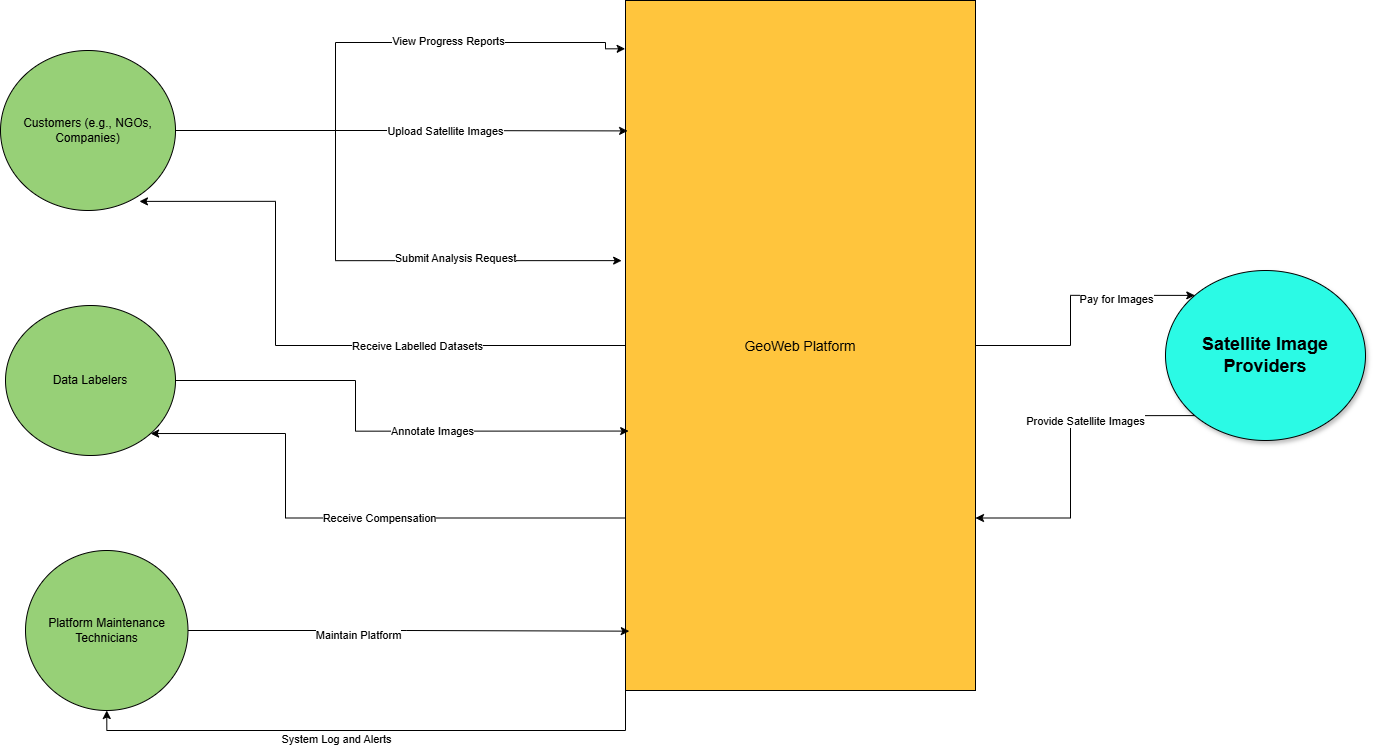
This is docs/SRS/contextdiagram.png from OKKM-insights/OKKM.insights, a draw.io export, as it was before one commit. Source tidied: cells renumbered, new cells last; positions are measured from the earlier drawing's top-left corner, leaving out a move shared by most shapes.
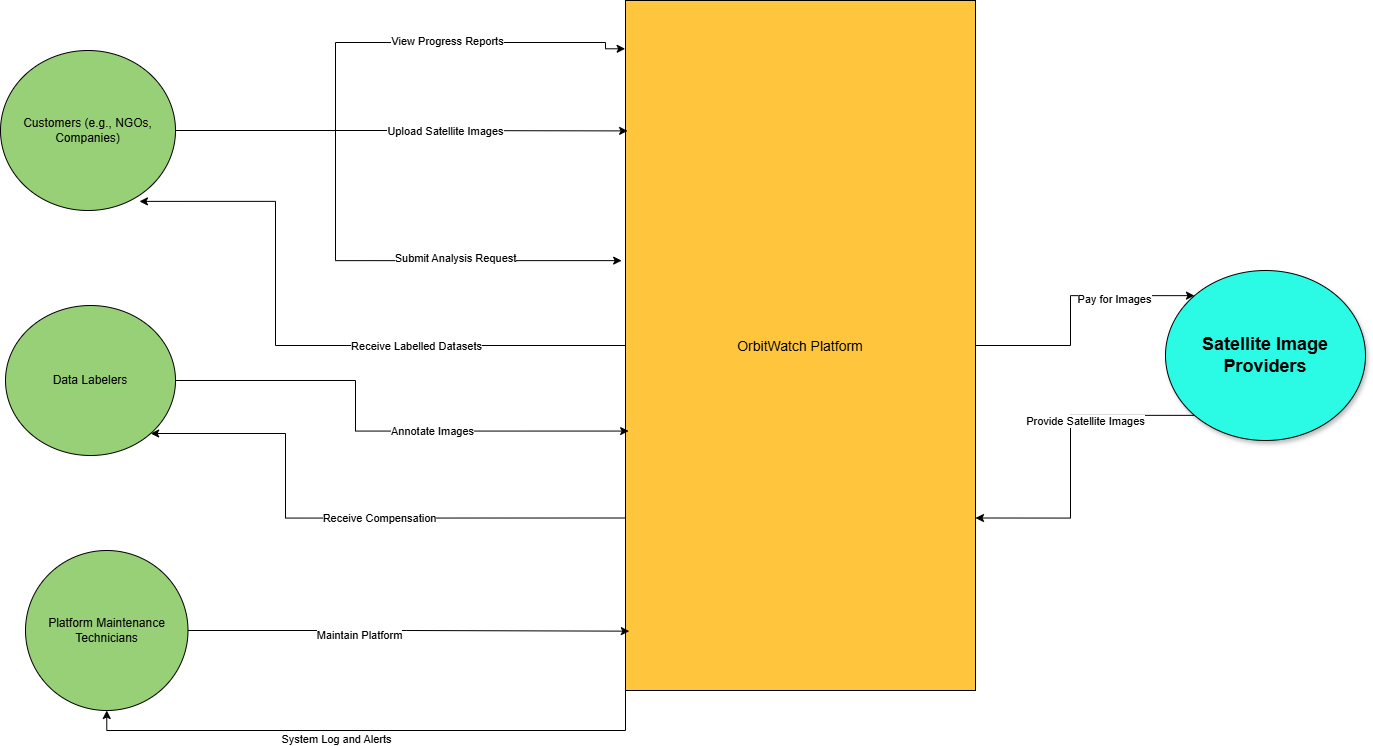
The same diagram one commit later.

Diff of the diagram source:
```diff
@@ -25,7 +25,7 @@
     <mxCell id="7" value="Pay for Images" style="edgeLabel;html=1;align=center;verticalAlign=middle;" parent="6" vertex="1">
       <mxGeometry x="0.4" y="-3" relative="1" as="geometry" />
     </mxCell>
-    <mxCell id="8" value="GeoWeb Platform" style="shape=rectangle;strokeColor=black;fillColor=#FFC53D;fontSize=14;" parent="1" vertex="1">
+    <mxCell id="8" value="OrbitWatch Platform" style="shape=rectangle;strokeColor=black;fillColor=#FFC53D;fontSize=14;" parent="1" vertex="1">
       <mxGeometry x="625" width="350" height="690" as="geometry" />
     </mxCell>
     <mxCell id="9" style="edgeStyle=orthogonalEdgeStyle;rounded=0;jettySize=auto;html=1;entryX=-0.011;entryY=0.377;entryDx=0;entryDy=0;entryPerimeter=0;" parent="1" edge="1" source="11" target="8">
```
